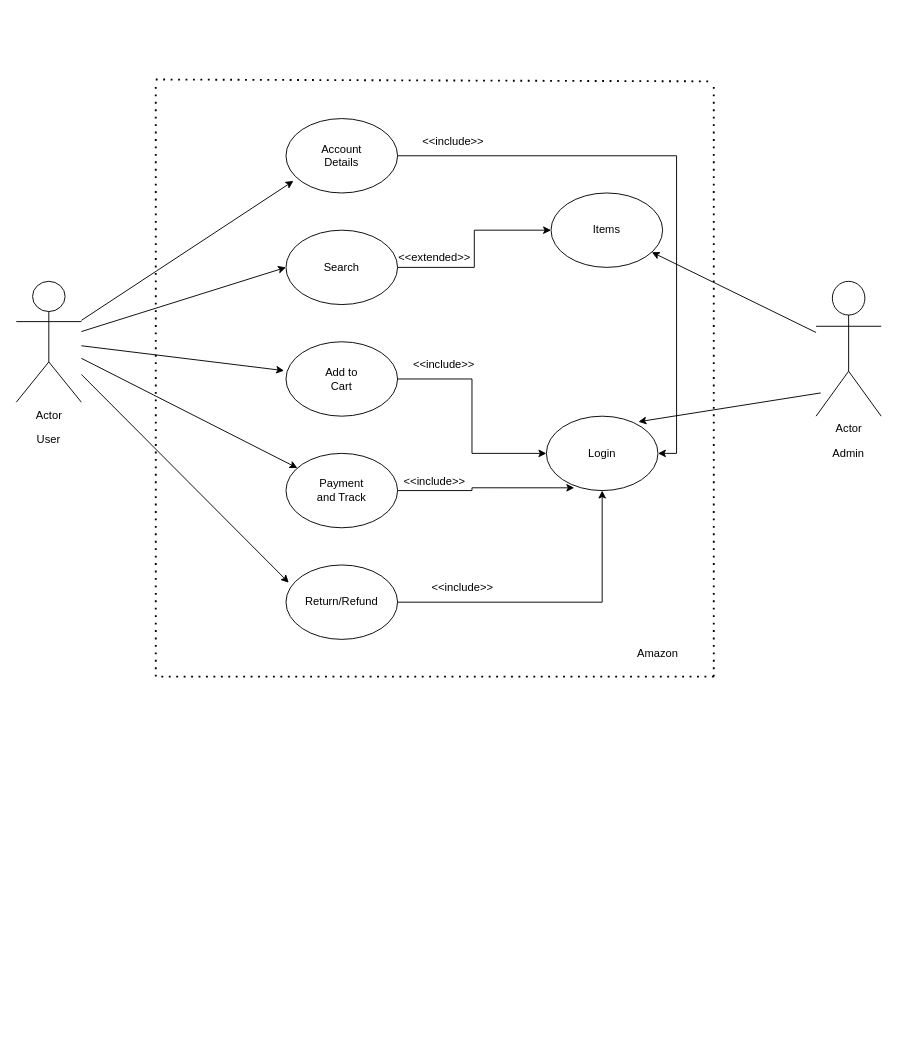
This is Amazon.drawio from nikhilsoftwareboy/Draw.io, a draw.io file, before an edit. Source tidied: cells renumbered, new cells numbered last; positions are measured from the earlier drawing's top-left corner, leaving out a move shared by most shapes. Both pictures are drawn from the tidied source at 93%, with x=0, y=0 at pixel (16, 79).
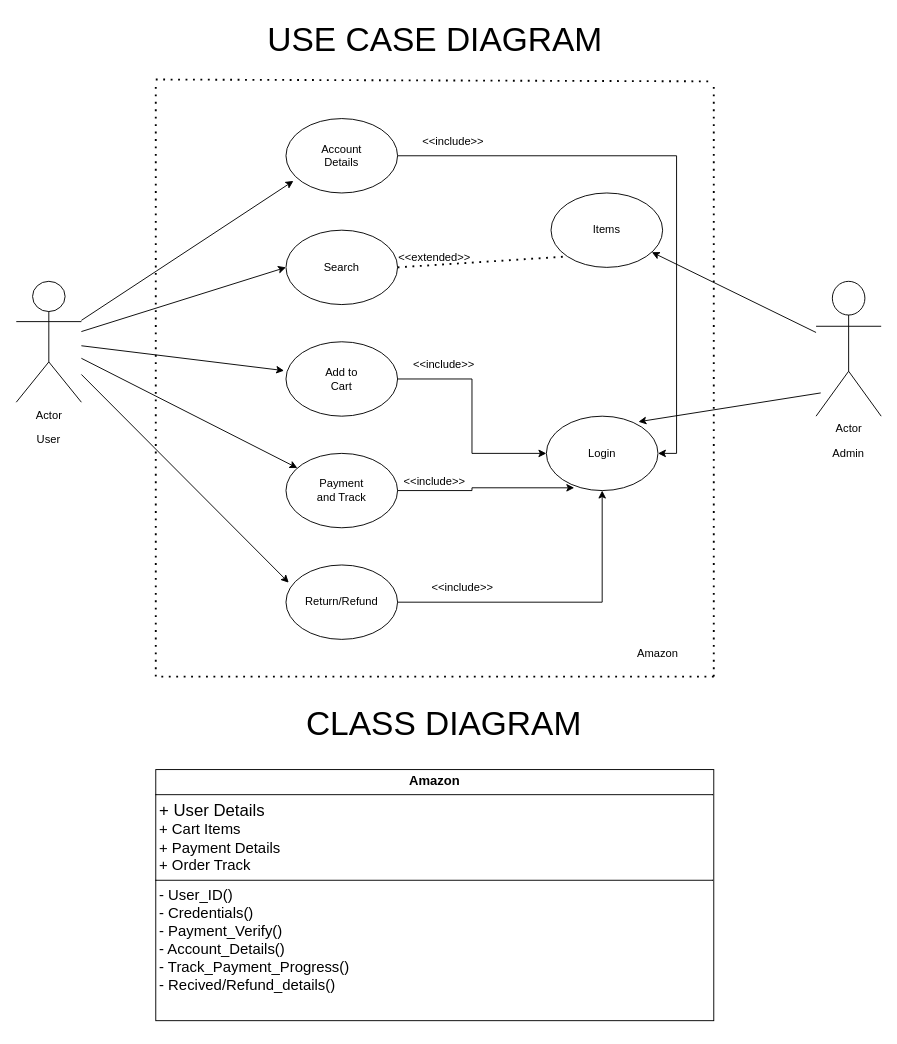
Above is the later version.

The change refers to these unchanged cells:
```xml
<mxCell id="4" style="ellipse;whiteSpace=wrap;html=1;" parent="1" vertex="1">
  <mxGeometry x="290" y="162" width="120" height="80" as="geometry" />
</mxCell>
<mxCell id="12" style="ellipse;whiteSpace=wrap;html=1;" parent="1" vertex="1">
  <mxGeometry x="575" y="122" width="120" height="80" as="geometry" />
</mxCell>
```

Diff of the diagram source:
```diff
@@
-    <mxCell id="3" style="edgeStyle=orthogonalEdgeStyle;rounded=0;jettySize=auto;html=1;entryX=0;entryY=0.5;entryDx=0;entryDy=0;" parent="1" edge="1" source="4" target="12">
-      <mxGeometry relative="1" as="geometry" />
-    </mxCell>
@@
+    <mxCell id="42" value="&lt;p style=&quot;margin:0px;margin-top:4px;text-align:center;&quot;&gt;&lt;b&gt;&lt;font style=&quot;font-size: 14px;&quot;&gt;Amazon&lt;/font&gt;&lt;/b&gt;&lt;/p&gt;&lt;hr size=&quot;1&quot; style=&quot;border-style:solid;&quot;&gt;&lt;p style=&quot;margin:0px;margin-left:4px;&quot;&gt;&lt;span style=&quot;font-size: 18px; background-color: initial;&quot;&gt;+ User Details&lt;/span&gt;&lt;br&gt;&lt;/p&gt;&lt;p style=&quot;margin:0px;margin-left:4px;&quot;&gt;&lt;font size=&quot;3&quot;&gt;+ Cart Items&lt;/font&gt;&lt;/p&gt;&lt;p style=&quot;margin:0px;margin-left:4px;&quot;&gt;&lt;font size=&quot;3&quot;&gt;+ Payment Details&lt;/font&gt;&lt;/p&gt;&lt;p style=&quot;margin:0px;margin-left:4px;&quot;&gt;&lt;font size=&quot;3&quot;&gt;+ Order Track&lt;/font&gt;&lt;/p&gt;&lt;hr size=&quot;1&quot; style=&quot;border-style:solid;&quot;&gt;&lt;p style=&quot;margin:0px;margin-left:4px;&quot;&gt;&lt;font size=&quot;3&quot;&gt;- User_ID()&lt;/font&gt;&lt;/p&gt;&lt;p style=&quot;margin:0px;margin-left:4px;&quot;&gt;&lt;font size=&quot;3&quot;&gt;- Credentials()&lt;/font&gt;&lt;/p&gt;&lt;p style=&quot;margin:0px;margin-left:4px;&quot;&gt;&lt;font size=&quot;3&quot;&gt;- Payment_Verify()&lt;/font&gt;&lt;/p&gt;&lt;p style=&quot;margin:0px;margin-left:4px;&quot;&gt;&lt;font size=&quot;3&quot;&gt;- Account_Details()&lt;/font&gt;&lt;/p&gt;&lt;p style=&quot;margin:0px;margin-left:4px;&quot;&gt;&lt;font size=&quot;3&quot;&gt;- Track_Payment_Progress()&lt;/font&gt;&lt;/p&gt;&lt;p style=&quot;margin:0px;margin-left:4px;&quot;&gt;&lt;font size=&quot;3&quot;&gt;- Recived/Refund_details()&lt;/font&gt;&lt;/p&gt;&lt;p style=&quot;margin:0px;margin-left:4px;&quot;&gt;&lt;br&gt;&lt;/p&gt;" style="verticalAlign=top;align=left;overflow=fill;html=1;whiteSpace=wrap;" parent="1" vertex="1">
+      <mxGeometry x="150" y="742" width="600" height="270" as="geometry" />
+    </mxCell>
+    <mxCell id="43" value="&lt;font style=&quot;font-size: 36px;&quot;&gt;CLASS DIAGRAM&lt;/font&gt;" style="text;html=1;align=center;verticalAlign=middle;whiteSpace=wrap;rounded=0;" parent="1" vertex="1">
+      <mxGeometry x="290" y="672" width="340" height="40" as="geometry" />
+    </mxCell>
+    <mxCell id="44" value="&lt;font style=&quot;font-size: 36px;&quot;&gt;USE CASE DIAGRAM&lt;/font&gt;" style="text;html=1;align=center;verticalAlign=middle;whiteSpace=wrap;rounded=0;" parent="1" vertex="1">
+      <mxGeometry x="252.5" y="-68" width="395" height="50" as="geometry" />
+    </mxCell>
+    <mxCell id="45" style="edgeStyle=orthogonalEdgeStyle;rounded=0;orthogonalLoop=1;jettySize=auto;html=1;exitX=0.5;exitY=1;exitDx=0;exitDy=0;" parent="1" edge="1" source="42" target="42">
+      <mxGeometry relative="1" as="geometry" />
+    </mxCell>
+    <mxCell id="3" style="endArrow=none;dashed=1;html=1;dashPattern=1 3;strokeWidth=2;rounded=0;exitX=1;exitY=0.5;exitDx=0;exitDy=0;entryX=0;entryY=1;entryDx=0;entryDy=0;" parent="1" edge="1" source="4" target="12">
+      <mxGeometry relative="1" as="geometry" />
+    </mxCell>
```
